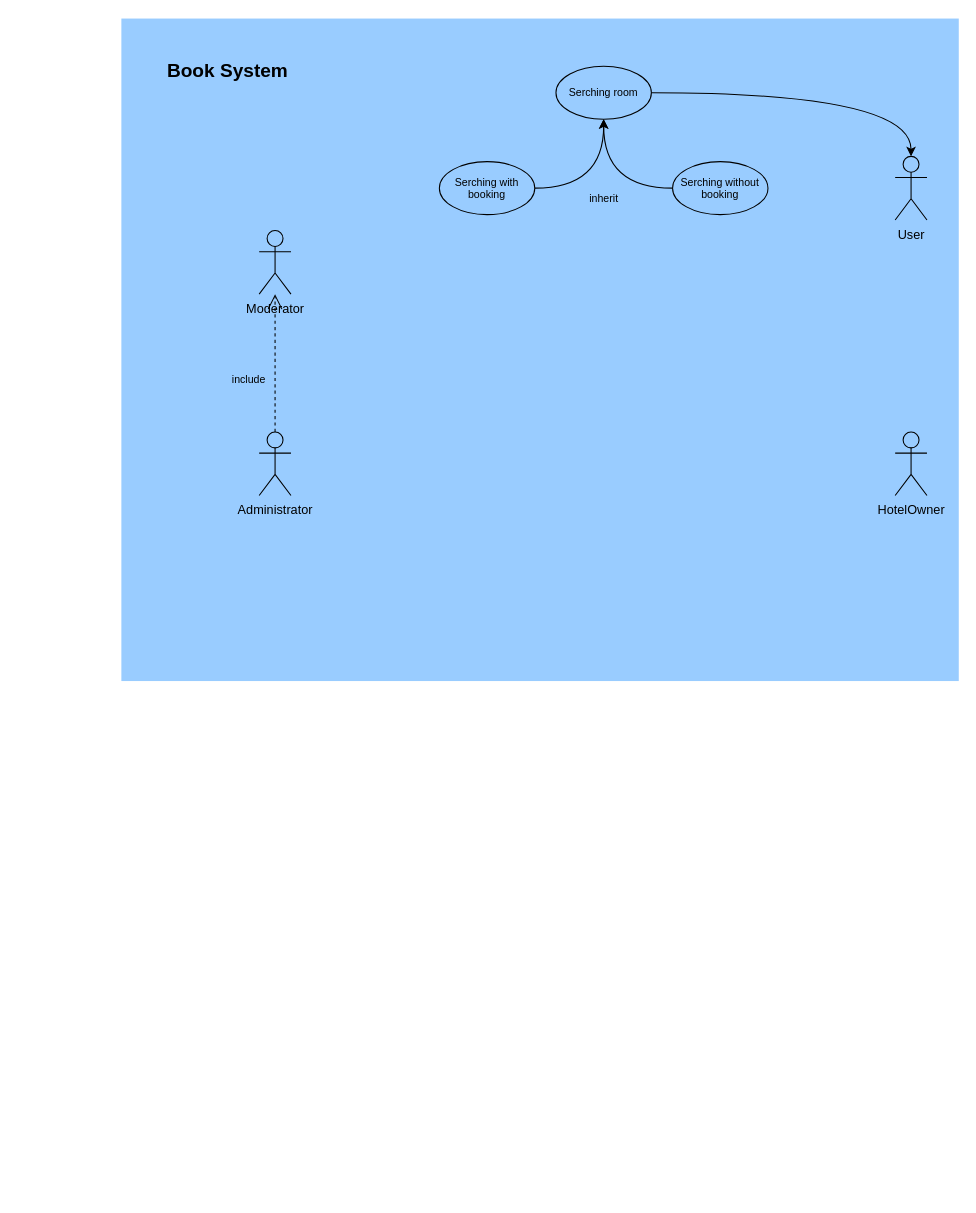
This is documentation/use_case_diagram.drawio from semwett0301/booking-java-back, a draw.io file, before an edit. Source tidied: cells renumbered, new cells numbered last; positions are measured from the earlier drawing's top-left corner, leaving out a move shared by most shapes. Both pictures are drawn from the tidied source at 106%, with x=0, y=0 at pixel (121, 18).
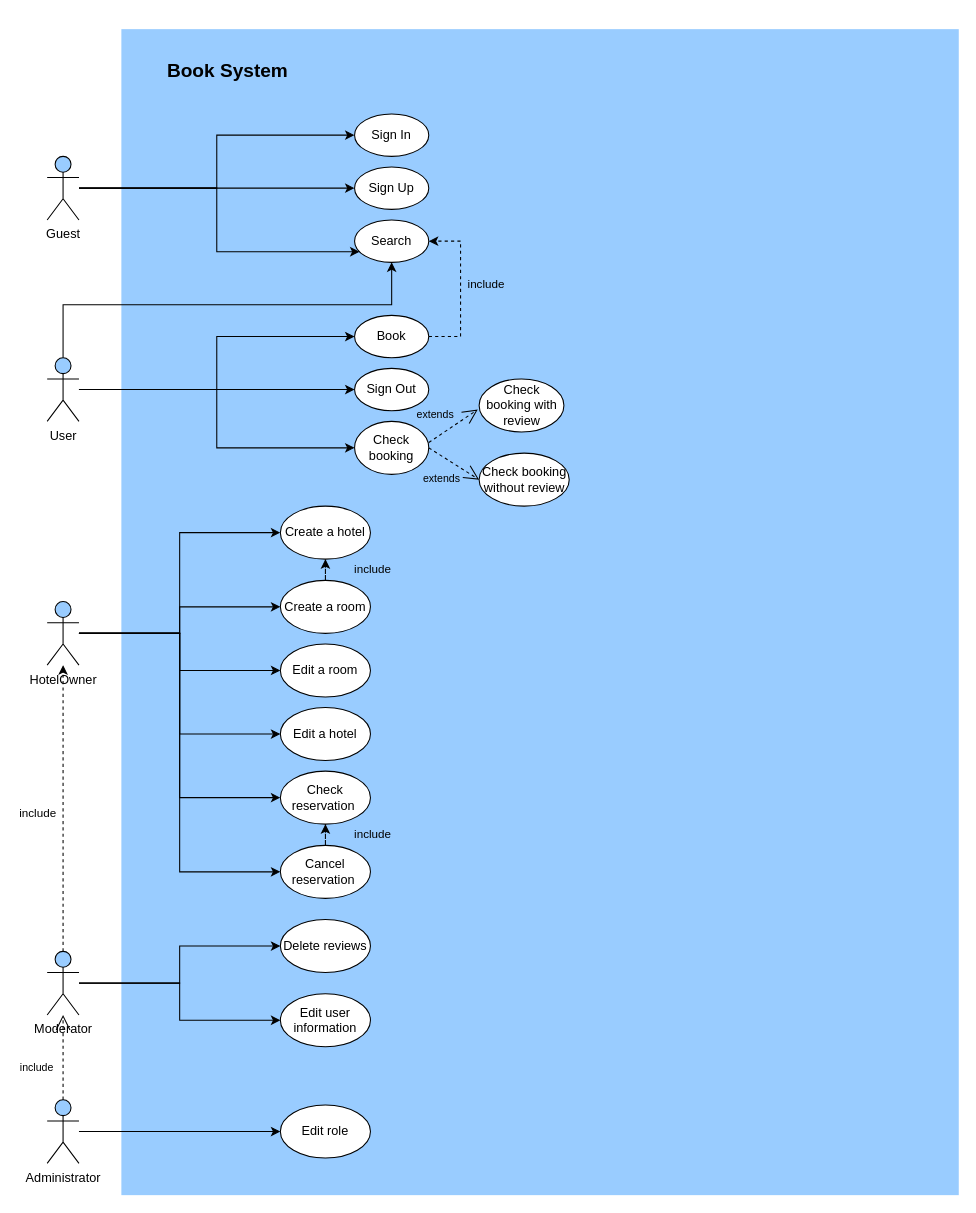
The same diagram, later.

What changed in the source:
```diff
@@
     <mxCell id="2" style="whiteSpace=wrap;html=1;fillColor=#99CCFF;strokeColor=none;" parent="1" vertex="1">
-      <mxGeometry width="790" height="625" as="geometry" />
+      <mxGeometry y="10" width="790" height="1100" as="geometry" />
     </mxCell>
+    <mxCell id="16" style="edgeStyle=orthogonalEdgeStyle;rounded=0;jettySize=auto;html=1;entryX=0;entryY=0.5;entryDx=0;entryDy=0;" parent="1" edge="1" source="3" target="50">
+      <mxGeometry relative="1" as="geometry" />
+    </mxCell>
+    <mxCell id="17" style="edgeStyle=orthogonalEdgeStyle;rounded=0;jettySize=auto;html=1;" parent="1" edge="1" source="3" target="49">
+      <mxGeometry relative="1" as="geometry" />
+    </mxCell>
+    <mxCell id="18" style="edgeStyle=orthogonalEdgeStyle;rounded=0;jettySize=auto;html=1;" parent="1" edge="1" source="3" target="52">
+      <mxGeometry relative="1" as="geometry" />
+    </mxCell>
+    <mxCell id="19" style="edgeStyle=orthogonalEdgeStyle;rounded=0;jettySize=auto;html=1;entryX=0;entryY=0.5;entryDx=0;entryDy=0;" parent="1" edge="1" source="3" target="53">
+      <mxGeometry relative="1" as="geometry" />
+    </mxCell>
+    <mxCell id="20" style="edgeStyle=orthogonalEdgeStyle;rounded=0;jettySize=auto;html=1;entryX=0;entryY=0.5;entryDx=0;entryDy=0;" parent="1" edge="1" source="3" target="54">
+      <mxGeometry relative="1" as="geometry" />
+    </mxCell>
+    <mxCell id="21" style="edgeStyle=orthogonalEdgeStyle;rounded=0;jettySize=auto;html=1;entryX=0;entryY=0.5;entryDx=0;entryDy=0;" parent="1" edge="1" source="3" target="56">
+      <mxGeometry relative="1" as="geometry" />
+    </mxCell>
     <mxCell id="3" value="HotelOwner" style="shape=umlActor;verticalLabelPosition=bottom;verticalAlign=top;html=1;outlineConnect=0;fillColor=#99CCFF;" parent="1" vertex="1">
-      <mxGeometry x="730" y="390" width="30" height="60" as="geometry" />
+      <mxGeometry x="-70" y="550" width="30" height="60" as="geometry" />
     </mxCell>
+    <mxCell id="22" style="edgeStyle=orthogonalEdgeStyle;rounded=0;jettySize=auto;html=1;entryX=0.5;entryY=1;entryDx=0;entryDy=0;" parent="1" edge="1" source="4" target="39">
+      <mxGeometry relative="1" as="geometry">
+        <Array as="points">
+          <mxPoint x="-35" y="270" />
+          <mxPoint x="298" y="270" />
+        </Array>
+      </mxGeometry>
+    </mxCell>
+    <mxCell id="23" style="edgeStyle=orthogonalEdgeStyle;rounded=0;jettySize=auto;html=1;" parent="1" edge="1" source="4" target="38">
+      <mxGeometry relative="1" as="geometry" />
+    </mxCell>
+    <mxCell id="24" style="edgeStyle=orthogonalEdgeStyle;rounded=0;jettySize=auto;html=1;" parent="1" edge="1" source="4" target="42">
+      <mxGeometry relative="1" as="geometry" />
+    </mxCell>
+    <mxCell id="25" style="edgeStyle=orthogonalEdgeStyle;rounded=0;jettySize=auto;html=1;entryX=0;entryY=0.5;entryDx=0;entryDy=0;" parent="1" edge="1" source="4" target="43">
+      <mxGeometry relative="1" as="geometry" />
+    </mxCell>
     <mxCell id="4" value="User" style="shape=umlActor;verticalLabelPosition=bottom;verticalAlign=top;html=1;outlineConnect=0;fillColor=#99CCFF;" parent="1" vertex="1">
-      <mxGeometry x="730" y="130" width="30" height="60" as="geometry" />
+      <mxGeometry x="-70" y="320" width="30" height="60" as="geometry" />
     </mxCell>
+    <mxCell id="26" style="edgeStyle=orthogonalEdgeStyle;rounded=0;jettySize=auto;html=1;dashed=1;" parent="1" edge="1" source="5" target="3">
+      <mxGeometry relative="1" as="geometry" />
+    </mxCell>
+    <mxCell id="27" value="include" style="edgeLabel;html=1;align=center;verticalAlign=middle;" parent="26" vertex="1">
+      <mxGeometry x="0.19" y="1" relative="1" as="geometry">
+        <mxPoint x="-24" y="30" as="offset" />
+      </mxGeometry>
+    </mxCell>
+    <mxCell id="28" style="edgeStyle=orthogonalEdgeStyle;rounded=0;jettySize=auto;html=1;" parent="1" edge="1" source="5" target="59">
+      <mxGeometry relative="1" as="geometry" />
+    </mxCell>
+    <mxCell id="29" style="edgeStyle=orthogonalEdgeStyle;rounded=0;jettySize=auto;html=1;entryX=0;entryY=0.5;entryDx=0;entryDy=0;" parent="1" edge="1" source="5" target="60">
+      <mxGeometry relative="1" as="geometry" />
+    </mxCell>
     <mxCell id="5" value="Moderator" style="shape=umlActor;verticalLabelPosition=bottom;verticalAlign=top;html=1;outlineConnect=0;fillColor=#99CCFF;" parent="1" vertex="1">
-      <mxGeometry x="130" y="200" width="30" height="60" as="geometry" />
+      <mxGeometry x="-70" y="880" width="30" height="60" as="geometry" />
     </mxCell>
+    <mxCell id="30" style="edgeStyle=orthogonalEdgeStyle;rounded=0;jettySize=auto;html=1;" parent="1" edge="1" source="6" target="61">
+      <mxGeometry relative="1" as="geometry" />
+    </mxCell>
     <mxCell id="6" value="Administrator" style="shape=umlActor;verticalLabelPosition=bottom;verticalAlign=top;html=1;outlineConnect=0;fillColor=#99CCFF;" parent="1" vertex="1">
-      <mxGeometry x="130" y="390" width="30" height="60" as="geometry" />
+      <mxGeometry x="-70" y="1020" width="30" height="60" as="geometry" />
     </mxCell>
@@
-    <mxCell id="8" value="&lt;font style=&quot;font-size: 10px;&quot;&gt;include&lt;/font&gt;" style="endArrow=open;endSize=12;dashed=1;html=1;rounded=0;fontSize=12;labelBackgroundColor=none;fontColor=default;exitX=0.5;exitY=0;exitDx=0;exitDy=0;exitPerimeter=0;" parent="1" edge="1" source="6" target="5">
+    <mxCell id="8" value="&lt;font style=&quot;font-size: 10px;&quot;&gt;include&lt;/font&gt;" style="endArrow=open;endSize=12;dashed=1;html=1;rounded=0;fontSize=12;labelBackgroundColor=none;fontColor=default;" parent="1" edge="1" source="6" target="5">
       <mxGeometry x="-0.23" y="25" relative="1" as="geometry" />
     </mxCell>
-    <mxCell id="9" style="edgeStyle=orthogonalEdgeStyle;jettySize=auto;html=1;labelBackgroundColor=none;fontSize=10;fontColor=default;curved=1;" parent="1" edge="1" source="10" target="11">
-      <mxGeometry relative="1" as="geometry" />
-    </mxCell>
-    <mxCell id="10" value="Serching with booking" style="ellipse;whiteSpace=wrap;html=1;fontSize=10;fontColor=default;fillColor=#99CCFF;" parent="1" vertex="1">
-      <mxGeometry x="300" y="135" width="90" height="50" as="geometry" />
-    </mxCell>
-    <mxCell id="11" value="Serching room" style="ellipse;whiteSpace=wrap;html=1;fontSize=10;fontColor=default;fillColor=#99CCFF;" parent="1" vertex="1">
-      <mxGeometry x="410" y="45" width="90" height="50" as="geometry" />
-    </mxCell>
-    <mxCell id="12" style="edgeStyle=orthogonalEdgeStyle;jettySize=auto;html=1;entryX=0.5;entryY=1;entryDx=0;entryDy=0;labelBackgroundColor=none;fontSize=10;fontColor=default;curved=1;" parent="1" edge="1" source="13" target="11">
-      <mxGeometry relative="1" as="geometry" />
-    </mxCell>
-    <mxCell id="13" value="Serching without booking" style="ellipse;whiteSpace=wrap;html=1;fontSize=10;fontColor=default;fillColor=#99CCFF;" parent="1" vertex="1">
-      <mxGeometry x="520" y="135" width="90" height="50" as="geometry" />
-    </mxCell>
-    <mxCell id="14" value="inherit" style="text;html=1;align=center;verticalAlign=middle;strokeColor=none;fillColor=none;fontSize=10;fontColor=default;" parent="1" vertex="1">
-      <mxGeometry x="430" y="155" width="50" height="30" as="geometry" />
-    </mxCell>
-    <mxCell id="15" style="edgeStyle=orthogonalEdgeStyle;curved=1;jettySize=auto;html=1;labelBackgroundColor=none;fontSize=10;fontColor=default;" parent="1" edge="1" source="11" target="4">
-      <mxGeometry relative="1" as="geometry" />
-    </mxCell>
+    <mxCell id="31" style="edgeStyle=orthogonalEdgeStyle;rounded=0;jettySize=auto;html=1;entryX=0;entryY=0.5;entryDx=0;entryDy=0;" parent="1" edge="1" source="34" target="36">
+      <mxGeometry relative="1" as="geometry" />
+    </mxCell>
+    <mxCell id="32" style="edgeStyle=orthogonalEdgeStyle;rounded=0;jettySize=auto;html=1;" parent="1" edge="1" source="34" target="35">
+      <mxGeometry relative="1" as="geometry" />
+    </mxCell>
+    <mxCell id="33" style="edgeStyle=orthogonalEdgeStyle;rounded=0;jettySize=auto;html=1;" parent="1" edge="1" target="39">
+      <mxGeometry relative="1" as="geometry">
+        <mxPoint x="-40" y="160" as="sourcePoint" />
+        <Array as="points">
+          <mxPoint x="90" y="160" />
+          <mxPoint x="90" y="220" />
+        </Array>
+      </mxGeometry>
+    </mxCell>
+    <mxCell id="34" value="Guest" style="shape=umlActor;verticalLabelPosition=bottom;verticalAlign=top;html=1;outlineConnect=0;fillColor=#99CCFF;" parent="1" vertex="1">
+      <mxGeometry x="-70" y="130" width="30" height="60" as="geometry" />
+    </mxCell>
+    <mxCell id="35" value="Sign Up" style="ellipse;whiteSpace=wrap;html=1;" parent="1" vertex="1">
+      <mxGeometry x="220" y="140" width="70" height="40" as="geometry" />
+    </mxCell>
+    <mxCell id="36" value="Sign In" style="ellipse;whiteSpace=wrap;html=1;" parent="1" vertex="1">
+      <mxGeometry x="220" y="90" width="70" height="40" as="geometry" />
+    </mxCell>
+    <mxCell id="37" style="edgeStyle=orthogonalEdgeStyle;rounded=0;orthogonalLoop=1;jettySize=auto;html=1;exitX=0.5;exitY=1;exitDx=0;exitDy=0;" parent="1" edge="1" source="36" target="36">
+      <mxGeometry relative="1" as="geometry" />
+    </mxCell>
+    <mxCell id="38" value="Sign Out" style="ellipse;whiteSpace=wrap;html=1;" parent="1" vertex="1">
+      <mxGeometry x="220" y="330" width="70" height="40" as="geometry" />
+    </mxCell>
+    <mxCell id="39" value="Search" style="ellipse;whiteSpace=wrap;html=1;" parent="1" vertex="1">
+      <mxGeometry x="220" y="190" width="70" height="40" as="geometry" />
+    </mxCell>
+    <mxCell id="40" style="edgeStyle=orthogonalEdgeStyle;rounded=0;jettySize=auto;html=1;entryX=1;entryY=0.5;entryDx=0;entryDy=0;dashed=1;" parent="1" edge="1" source="42" target="39">
+      <mxGeometry relative="1" as="geometry">
+        <Array as="points">
+          <mxPoint x="320" y="300" />
+          <mxPoint x="320" y="210" />
+        </Array>
+      </mxGeometry>
+    </mxCell>
+    <mxCell id="41" value="include" style="edgeLabel;html=1;align=center;verticalAlign=middle;labelBackgroundColor=none;" parent="40" vertex="1">
+      <mxGeometry x="0.36" y="-2" relative="1" as="geometry">
+        <mxPoint x="21" y="22" as="offset" />
+      </mxGeometry>
+    </mxCell>
+    <mxCell id="42" value="Book" style="ellipse;whiteSpace=wrap;html=1;" parent="1" vertex="1">
+      <mxGeometry x="220" y="280" width="70" height="40" as="geometry" />
+    </mxCell>
+    <mxCell id="43" value="Check booking" style="ellipse;whiteSpace=wrap;html=1;" parent="1" vertex="1">
+      <mxGeometry x="220" y="380" width="70" height="50" as="geometry" />
+    </mxCell>
+    <mxCell id="44" value="Check booking with review" style="ellipse;whiteSpace=wrap;html=1;" parent="1" vertex="1">
+      <mxGeometry x="337.5" y="340" width="80" height="50" as="geometry" />
+    </mxCell>
+    <mxCell id="45" value="Check booking without review" style="ellipse;whiteSpace=wrap;html=1;" parent="1" vertex="1">
+      <mxGeometry x="337.5" y="410" width="85" height="50" as="geometry" />
+    </mxCell>
+    <mxCell id="46" value="&lt;font style=&quot;font-size: 10px;&quot;&gt;extends&lt;/font&gt;" style="endArrow=open;endSize=12;dashed=1;html=1;rounded=0;fontSize=12;labelBackgroundColor=none;fontColor=default;entryX=0;entryY=0.5;entryDx=0;entryDy=0;exitX=1;exitY=0.5;exitDx=0;exitDy=0;" parent="1" edge="1" source="43" target="45">
+      <mxGeometry x="-0.08" y="-18" relative="1" as="geometry" />
+    </mxCell>
+    <mxCell id="47" value="&lt;font style=&quot;font-size: 10px;&quot;&gt;extends&lt;/font&gt;" style="endArrow=open;endSize=12;dashed=1;html=1;rounded=0;fontSize=12;labelBackgroundColor=none;fontColor=default;entryX=-0.016;entryY=0.577;entryDx=0;entryDy=0;entryPerimeter=0;" parent="1" edge="1" target="44">
+      <mxGeometry x="-0.27" y="19" relative="1" as="geometry">
+        <mxPoint x="290" y="400" as="sourcePoint" />
+      </mxGeometry>
+    </mxCell>
+    <mxCell id="48" style="edgeStyle=orthogonalEdgeStyle;rounded=0;jettySize=auto;html=1;dashed=1;" parent="1" edge="1" source="49" target="50">
+      <mxGeometry relative="1" as="geometry" />
+    </mxCell>
+    <mxCell id="49" value="Create a room" style="ellipse;whiteSpace=wrap;html=1;" parent="1" vertex="1">
+      <mxGeometry x="150" y="530" width="85" height="50" as="geometry" />
+    </mxCell>
+    <mxCell id="50" value="Create a hotel" style="ellipse;whiteSpace=wrap;html=1;" parent="1" vertex="1">
+      <mxGeometry x="150" y="460" width="85" height="50" as="geometry" />
+    </mxCell>
+    <mxCell id="51" value="include" style="edgeLabel;html=1;align=center;verticalAlign=middle;labelBackgroundColor=none;" parent="1" vertex="1">
+      <mxGeometry x="235" y="520" as="geometry">
+        <mxPoint x="1" y="-1" as="offset" />
+      </mxGeometry>
+    </mxCell>
+    <mxCell id="52" value="Edit a room" style="ellipse;whiteSpace=wrap;html=1;" parent="1" vertex="1">
+      <mxGeometry x="150" y="590" width="85" height="50" as="geometry" />
+    </mxCell>
+    <mxCell id="53" value="Edit a hotel" style="ellipse;whiteSpace=wrap;html=1;" parent="1" vertex="1">
+      <mxGeometry x="150" y="650" width="85" height="50" as="geometry" />
+    </mxCell>
+    <mxCell id="54" value="Check reservation&amp;nbsp;" style="ellipse;whiteSpace=wrap;html=1;" parent="1" vertex="1">
+      <mxGeometry x="150" y="710" width="85" height="50" as="geometry" />
+    </mxCell>
+    <mxCell id="55" style="edgeStyle=orthogonalEdgeStyle;rounded=0;jettySize=auto;html=1;entryX=0.5;entryY=1;entryDx=0;entryDy=0;dashed=1;" parent="1" edge="1" source="56" target="54">
+      <mxGeometry relative="1" as="geometry" />
+    </mxCell>
+    <mxCell id="56" value="Cancel reservation&amp;nbsp;" style="ellipse;whiteSpace=wrap;html=1;" parent="1" vertex="1">
+      <mxGeometry x="150" y="780" width="85" height="50" as="geometry" />
+    </mxCell>
+    <mxCell id="57" style="edgeStyle=orthogonalEdgeStyle;rounded=0;orthogonalLoop=1;jettySize=auto;html=1;exitX=0.5;exitY=1;exitDx=0;exitDy=0;" parent="1" edge="1" source="54" target="54">
+      <mxGeometry relative="1" as="geometry" />
+    </mxCell>
+    <mxCell id="58" value="include" style="edgeLabel;html=1;align=center;verticalAlign=middle;labelBackgroundColor=none;" parent="1" vertex="1">
+      <mxGeometry x="235" y="770" as="geometry">
+        <mxPoint x="1" y="-1" as="offset" />
+      </mxGeometry>
+    </mxCell>
+    <mxCell id="59" value="Delete reviews" style="ellipse;whiteSpace=wrap;html=1;" parent="1" vertex="1">
+      <mxGeometry x="150" y="850" width="85" height="50" as="geometry" />
+    </mxCell>
+    <mxCell id="60" value="Edit user information" style="ellipse;whiteSpace=wrap;html=1;" parent="1" vertex="1">
+      <mxGeometry x="150" y="920" width="85" height="50" as="geometry" />
+    </mxCell>
+    <mxCell id="61" value="Edit role" style="ellipse;whiteSpace=wrap;html=1;" parent="1" vertex="1">
+      <mxGeometry x="150" y="1025" width="85" height="50" as="geometry" />
+    </mxCell>
```
